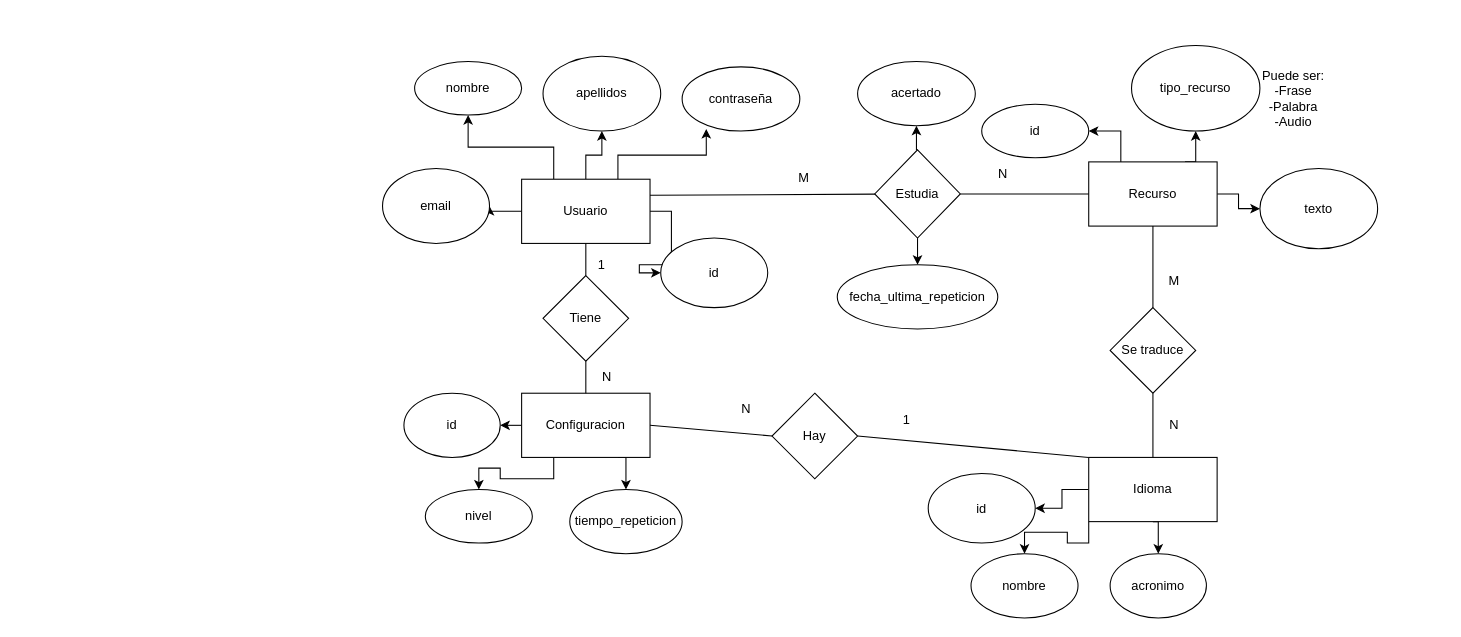
This is base de datos.drawio from josu1995/TFM, a draw.io file, before an edit. Source tidied: cells renumbered, new cells numbered last; positions are measured from the earlier drawing's top-left corner, leaving out a move shared by most shapes. Both pictures are drawn from the tidied source at 107%, with x=0, y=0 at pixel (382, 45).
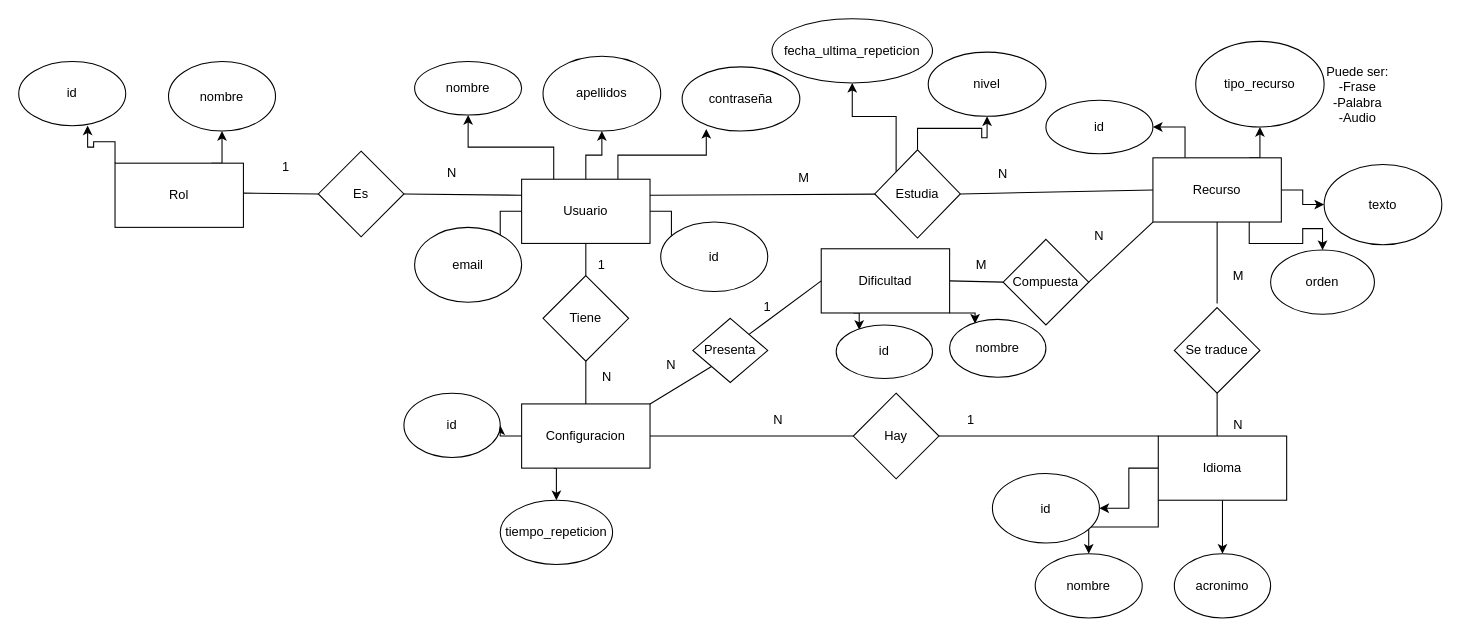
The same page after the edit.

The change refers to these unchanged cells:
```xml
<mxCell id="7" value="Usuario" style="rounded=0;whiteSpace=wrap;html=1;" parent="1" vertex="1">
  <mxGeometry x="130" y="125" width="120" height="60" as="geometry" />
</mxCell>
<mxCell id="21" value="Estudia" style="rhombus;whiteSpace=wrap;html=1;" parent="1" vertex="1">
  <mxGeometry x="460" y="97.5" width="80" height="82.5" as="geometry" />
</mxCell>
```

Change to the diagram source:
```diff
@@
     <mxCell id="10" value="email" style="ellipse;whiteSpace=wrap;html=1;" parent="1" vertex="1">
-      <mxGeometry y="115" width="100" height="70" as="geometry" />
+      <mxGeometry x="30" y="170" width="100" height="70" as="geometry" />
     </mxCell>
@@
-    <mxCell id="13" style="edgeStyle=orthogonalEdgeStyle;rounded=0;jettySize=auto;html=1;exitX=0.25;exitY=1;exitDx=0;exitDy=0;" parent="1" edge="1" source="15" target="28">
-      <mxGeometry relative="1" as="geometry" />
-    </mxCell>
-    <mxCell id="14" style="edgeStyle=orthogonalEdgeStyle;rounded=0;jettySize=auto;html=1;exitX=0.75;exitY=1;exitDx=0;exitDy=0;entryX=0.5;entryY=0;entryDx=0;entryDy=0;" parent="1" edge="1" source="15" target="46">
+    <mxCell id="14" style="edgeStyle=orthogonalEdgeStyle;rounded=0;jettySize=auto;html=1;exitX=0.25;exitY=1;exitDx=0;exitDy=0;entryX=0.5;entryY=0;entryDx=0;entryDy=0;" parent="1" edge="1" source="15" target="46">
       <mxGeometry relative="1" as="geometry" />
     </mxCell>
     <mxCell id="15" value="Configuracion" style="rounded=0;whiteSpace=wrap;html=1;" parent="1" vertex="1">
-      <mxGeometry x="130" y="325" width="120" height="60" as="geometry" />
+      <mxGeometry x="130" y="335" width="120" height="60" as="geometry" />
     </mxCell>
@@
+    <mxCell id="20" style="edgeStyle=orthogonalEdgeStyle;rounded=0;jettySize=auto;html=1;exitX=0.5;exitY=0;exitDx=0;exitDy=0;entryX=0.5;entryY=1;entryDx=0;entryDy=0;" parent="1" edge="1" source="21" target="50">
+      <mxGeometry relative="1" as="geometry" />
+    </mxCell>
-    <mxCell id="19" style="edgeStyle=orthogonalEdgeStyle;rounded=0;jettySize=auto;html=1;exitX=0.5;exitY=1;exitDx=0;exitDy=0;entryX=0.5;entryY=0;entryDx=0;entryDy=0;" parent="1" edge="1" source="21" target="45">
+    <mxCell id="19" style="edgeStyle=orthogonalEdgeStyle;rounded=0;jettySize=auto;html=1;exitX=0;exitY=0;exitDx=0;exitDy=0;entryX=0.5;entryY=1;entryDx=0;entryDy=0;" parent="1" edge="1" source="21" target="45">
       <mxGeometry relative="1" as="geometry" />
     </mxCell>
-    <mxCell id="20" style="edgeStyle=orthogonalEdgeStyle;rounded=0;jettySize=auto;html=1;exitX=0.5;exitY=0;exitDx=0;exitDy=0;entryX=0.5;entryY=1;entryDx=0;entryDy=0;" parent="1" edge="1" source="21" target="50">
-      <mxGeometry relative="1" as="geometry" />
-    </mxCell>
@@
+    <mxCell id="59" style="edgeStyle=orthogonalEdgeStyle;rounded=0;jettySize=auto;html=1;exitX=0.75;exitY=1;exitDx=0;exitDy=0;entryX=0.5;entryY=0;entryDx=0;entryDy=0;" parent="1" edge="1" source="25" target="60">
+      <mxGeometry relative="1" as="geometry" />
+    </mxCell>
     <mxCell id="25" value="Recurso" style="rounded=0;whiteSpace=wrap;html=1;" parent="1" vertex="1">
-      <mxGeometry x="660" y="108.8" width="120" height="60" as="geometry" />
+      <mxGeometry x="720" y="105" width="120" height="60" as="geometry" />
     </mxCell>
     <mxCell id="26" value="id" style="ellipse;whiteSpace=wrap;html=1;" parent="1" vertex="1">
-      <mxGeometry x="260" y="180" width="100" height="65" as="geometry" />
+      <mxGeometry x="260" y="165" width="100" height="65" as="geometry" />
     </mxCell>
@@
-    <mxCell id="28" value="nivel" style="ellipse;whiteSpace=wrap;html=1;" parent="1" vertex="1">
-      <mxGeometry x="40" y="415" width="100" height="50" as="geometry" />
-    </mxCell>
     <mxCell id="29" value="id" style="ellipse;whiteSpace=wrap;html=1;" parent="1" vertex="1">
-      <mxGeometry x="560" y="55" width="100" height="50" as="geometry" />
+      <mxGeometry x="620" y="51.2" width="100" height="50" as="geometry" />
     </mxCell>
     <mxCell id="30" value="tipo_recurso" style="ellipse;whiteSpace=wrap;html=1;" parent="1" vertex="1">
-      <mxGeometry x="700" width="120" height="80" as="geometry" />
+      <mxGeometry x="760" y="-3.8" width="120" height="80" as="geometry" />
     </mxCell>
     <mxCell id="31" value="texto" style="ellipse;whiteSpace=wrap;html=1;" parent="1" vertex="1">
-      <mxGeometry x="820" y="115" width="110" height="75" as="geometry" />
+      <mxGeometry x="880" y="111.2" width="110" height="75" as="geometry" />
     </mxCell>
     <mxCell id="32" value="Puede ser:&lt;br&gt;-Frase&lt;br&gt;-Palabra&lt;br&gt;-Audio" style="text;html=1;strokeColor=none;fillColor=none;align=center;verticalAlign=middle;whiteSpace=wrap;rounded=0;" parent="1" vertex="1">
-      <mxGeometry x="800" y="15" width="103" height="70" as="geometry" />
+      <mxGeometry x="860" y="11.2" width="103" height="70" as="geometry" />
     </mxCell>
@@
     <mxCell id="36" value="Idioma" style="rounded=0;whiteSpace=wrap;html=1;" parent="1" vertex="1">
-      <mxGeometry x="660" y="385" width="120" height="60" as="geometry" />
+      <mxGeometry x="725" y="365" width="120" height="60" as="geometry" />
     </mxCell>
     <mxCell id="37" value="Se traduce" style="rhombus;whiteSpace=wrap;html=1;" parent="1" vertex="1">
-      <mxGeometry x="680" y="245" width="80" height="80" as="geometry" />
+      <mxGeometry x="740" y="245" width="80" height="80" as="geometry" />
     </mxCell>
     <mxCell id="38" value="N" style="text;html=1;strokeColor=none;fillColor=none;align=center;verticalAlign=middle;whiteSpace=wrap;rounded=0;" parent="1" vertex="1">
-      <mxGeometry x="710" y="340" width="60" height="30" as="geometry" />
+      <mxGeometry x="770" y="340" width="60" height="30" as="geometry" />
     </mxCell>
     <mxCell id="39" value="M" style="text;html=1;strokeColor=none;fillColor=none;align=center;verticalAlign=middle;whiteSpace=wrap;rounded=0;" parent="1" vertex="1">
-      <mxGeometry x="710" y="205" width="60" height="30" as="geometry" />
+      <mxGeometry x="770" y="201.2" width="60" height="30" as="geometry" />
     </mxCell>
     <mxCell id="40" value="id" style="ellipse;whiteSpace=wrap;html=1;" parent="1" vertex="1">
-      <mxGeometry x="510" y="400" width="100" height="65" as="geometry" />
+      <mxGeometry x="570" y="400" width="100" height="65" as="geometry" />
     </mxCell>
     <mxCell id="41" value="nombre" style="ellipse;whiteSpace=wrap;html=1;" parent="1" vertex="1">
-      <mxGeometry x="550" y="475" width="100" height="60" as="geometry" />
+      <mxGeometry x="610" y="475" width="100" height="60" as="geometry" />
     </mxCell>
     <mxCell id="42" value="acronimo" style="ellipse;whiteSpace=wrap;html=1;" parent="1" vertex="1">
-      <mxGeometry x="680" y="475" width="90" height="60" as="geometry" />
+      <mxGeometry x="740" y="475" width="90" height="60" as="geometry" />
     </mxCell>
@@
     <mxCell id="45" value="fecha_ultima_repeticion" style="ellipse;whiteSpace=wrap;html=1;" parent="1" vertex="1">
-      <mxGeometry x="425" y="205" width="150" height="60" as="geometry" />
+      <mxGeometry x="364" y="-25" width="150" height="60" as="geometry" />
     </mxCell>
     <mxCell id="46" value="tiempo_repeticion" style="ellipse;whiteSpace=wrap;html=1;" parent="1" vertex="1">
-      <mxGeometry x="175" y="415" width="105" height="60" as="geometry" />
+      <mxGeometry x="110" y="425" width="105" height="60" as="geometry" />
     </mxCell>
     <mxCell id="47" value="Hay" style="rhombus;whiteSpace=wrap;html=1;" parent="1" vertex="1">
-      <mxGeometry x="364" y="325" width="80" height="80" as="geometry" />
+      <mxGeometry x="440" y="325" width="80" height="80" as="geometry" />
     </mxCell>
     <mxCell id="48" value="N" style="text;html=1;strokeColor=none;fillColor=none;align=center;verticalAlign=middle;whiteSpace=wrap;rounded=0;" parent="1" vertex="1">
-      <mxGeometry x="310" y="325" width="60" height="30" as="geometry" />
+      <mxGeometry x="340" y="335" width="60" height="30" as="geometry" />
     </mxCell>
     <mxCell id="49" value="1" style="text;html=1;strokeColor=none;fillColor=none;align=center;verticalAlign=middle;whiteSpace=wrap;rounded=0;" parent="1" vertex="1">
-      <mxGeometry x="460" y="335" width="60" height="30" as="geometry" />
+      <mxGeometry x="520" y="335" width="60" height="30" as="geometry" />
     </mxCell>
-    <mxCell id="50" value="acertado" style="ellipse;whiteSpace=wrap;html=1;" parent="1" vertex="1">
-      <mxGeometry x="444" y="15" width="110" height="60" as="geometry" />
+    <mxCell id="50" value="nivel" style="ellipse;whiteSpace=wrap;html=1;" parent="1" vertex="1">
+      <mxGeometry x="510" y="6.2" width="110" height="60" as="geometry" />
     </mxCell>
-    <mxCell id="51" style="endArrow=none;html=1;rounded=0;entryX=0.5;entryY=1;entryDx=0;entryDy=0;" parent="1" edge="1" source="37" target="25">
-      <mxGeometry relative="1" as="geometry" />
+    <mxCell id="51" style="endArrow=none;html=1;rounded=0;entryX=0.5;entryY=1;entryDx=0;entryDy=0;" parent="1" edge="1" target="25">
+      <mxGeometry relative="1" as="geometry">
+        <mxPoint x="780" y="241.2" as="sourcePoint" />
+      </mxGeometry>
     </mxCell>
     <mxCell id="52" style="endArrow=none;html=1;rounded=0;" parent="1" edge="1">
       <mxGeometry relative="1" as="geometry">
-        <mxPoint x="720" y="385" as="sourcePoint" />
-        <mxPoint x="720" y="325" as="targetPoint" />
+        <mxPoint x="780" y="365" as="sourcePoint" />
+        <mxPoint x="780" y="325" as="targetPoint" />
       </mxGeometry>
     </mxCell>
@@
+    <mxCell id="60" value="orden" style="ellipse;whiteSpace=wrap;html=1;" parent="1" vertex="1">
+      <mxGeometry x="830" y="191.2" width="97" height="60" as="geometry" />
+    </mxCell>
+    <mxCell id="61" style="edgeStyle=orthogonalEdgeStyle;rounded=0;jettySize=auto;html=1;exitX=0;exitY=0;exitDx=0;exitDy=0;entryX=0.644;entryY=0.997;entryDx=0;entryDy=0;entryPerimeter=0;" parent="1" edge="1" source="63" target="69">
+      <mxGeometry relative="1" as="geometry" />
+    </mxCell>
+    <mxCell id="62" style="edgeStyle=orthogonalEdgeStyle;rounded=0;jettySize=auto;html=1;exitX=0.75;exitY=0;exitDx=0;exitDy=0;entryX=0.5;entryY=1;entryDx=0;entryDy=0;" parent="1" edge="1" source="63" target="70">
+      <mxGeometry relative="1" as="geometry" />
+    </mxCell>
+    <mxCell id="63" value="Rol" style="rounded=0;whiteSpace=wrap;html=1;" parent="1" vertex="1">
+      <mxGeometry x="-250" y="110" width="120" height="60" as="geometry" />
+    </mxCell>
+    <mxCell id="64" value="Es" style="rhombus;whiteSpace=wrap;html=1;" parent="1" vertex="1">
+      <mxGeometry x="-60" y="98.8" width="80" height="80" as="geometry" />
+    </mxCell>
+    <mxCell id="65" style="endArrow=none;html=1;rounded=0;entryX=1;entryY=0.5;entryDx=0;entryDy=0;exitX=0;exitY=0.25;exitDx=0;exitDy=0;" parent="1" edge="1" source="7" target="64">
+      <mxGeometry relative="1" as="geometry" />
+    </mxCell>
+    <mxCell id="66" style="endArrow=none;html=1;rounded=0;exitX=0;exitY=0.5;exitDx=0;exitDy=0;" parent="1" edge="1" source="64">
+      <mxGeometry relative="1" as="geometry">
+        <mxPoint x="-130" y="138" as="targetPoint" />
+      </mxGeometry>
+    </mxCell>
+    <mxCell id="67" value="1" style="text;html=1;strokeColor=none;fillColor=none;align=center;verticalAlign=middle;whiteSpace=wrap;rounded=0;" parent="1" vertex="1">
+      <mxGeometry x="-120" y="99" width="60" height="30" as="geometry" />
+    </mxCell>
+    <mxCell id="68" value="N" style="text;html=1;strokeColor=none;fillColor=none;align=center;verticalAlign=middle;whiteSpace=wrap;rounded=0;" parent="1" vertex="1">
+      <mxGeometry x="35" y="104" width="60" height="30" as="geometry" />
+    </mxCell>
+    <mxCell id="69" value="id" style="ellipse;whiteSpace=wrap;html=1;" parent="1" vertex="1">
+      <mxGeometry x="-340" y="15" width="100" height="60" as="geometry" />
+    </mxCell>
+    <mxCell id="70" value="nombre" style="ellipse;whiteSpace=wrap;html=1;" parent="1" vertex="1">
+      <mxGeometry x="-200" y="15" width="100" height="65" as="geometry" />
+    </mxCell>
+    <mxCell id="71" value="Compuesta" style="rhombus;whiteSpace=wrap;html=1;" parent="1" vertex="1">
+      <mxGeometry x="580" y="181.2" width="80" height="80" as="geometry" />
+    </mxCell>
+    <mxCell id="72" style="endArrow=none;html=1;rounded=0;entryX=0;entryY=0.5;entryDx=0;entryDy=0;exitX=1;exitY=0.5;exitDx=0;exitDy=0;" parent="1" edge="1" source="78" target="71">
+      <mxGeometry relative="1" as="geometry" />
+    </mxCell>
+    <mxCell id="73" style="endArrow=none;html=1;rounded=0;entryX=0;entryY=1;entryDx=0;entryDy=0;exitX=1;exitY=0.5;exitDx=0;exitDy=0;" parent="1" edge="1" source="71" target="25">
+      <mxGeometry relative="1" as="geometry" />
+    </mxCell>
+    <mxCell id="74" value="N" style="text;html=1;strokeColor=none;fillColor=none;align=center;verticalAlign=middle;whiteSpace=wrap;rounded=0;" parent="1" vertex="1">
+      <mxGeometry x="640" y="155" width="60" height="46.2" as="geometry" />
+    </mxCell>
+    <mxCell id="75" value="M" style="text;html=1;strokeColor=none;fillColor=none;align=center;verticalAlign=middle;whiteSpace=wrap;rounded=0;" parent="1" vertex="1">
+      <mxGeometry x="530" y="190" width="60" height="30" as="geometry" />
+    </mxCell>
+    <mxCell id="76" style="edgeStyle=orthogonalEdgeStyle;rounded=0;jettySize=auto;html=1;exitX=0.25;exitY=1;exitDx=0;exitDy=0;entryX=0.239;entryY=0.091;entryDx=0;entryDy=0;entryPerimeter=0;" parent="1" edge="1" source="78" target="79">
+      <mxGeometry relative="1" as="geometry" />
+    </mxCell>
+    <mxCell id="77" style="edgeStyle=orthogonalEdgeStyle;rounded=0;jettySize=auto;html=1;exitX=1;exitY=1;exitDx=0;exitDy=0;entryX=0.264;entryY=0.073;entryDx=0;entryDy=0;entryPerimeter=0;" parent="1" edge="1" source="78" target="80">
+      <mxGeometry relative="1" as="geometry" />
+    </mxCell>
+    <mxCell id="78" value="Dificultad" style="rounded=0;whiteSpace=wrap;html=1;" parent="1" vertex="1">
+      <mxGeometry x="410" y="190" width="120" height="60" as="geometry" />
+    </mxCell>
+    <mxCell id="79" value="id" style="ellipse;whiteSpace=wrap;html=1;" parent="1" vertex="1">
+      <mxGeometry x="424" y="261.2" width="90" height="50" as="geometry" />
+    </mxCell>
+    <mxCell id="80" value="nombre" style="ellipse;whiteSpace=wrap;html=1;" parent="1" vertex="1">
+      <mxGeometry x="530" y="256" width="90" height="54" as="geometry" />
+    </mxCell>
+    <mxCell id="81" value="Presenta" style="rhombus;whiteSpace=wrap;html=1;" parent="1" vertex="1">
+      <mxGeometry x="290" y="255" width="70" height="60" as="geometry" />
+    </mxCell>
+    <mxCell id="82" style="endArrow=none;html=1;rounded=0;entryX=1;entryY=0;entryDx=0;entryDy=0;exitX=0;exitY=1;exitDx=0;exitDy=0;" parent="1" edge="1" source="81" target="15">
+      <mxGeometry relative="1" as="geometry" />
+    </mxCell>
+    <mxCell id="83" value="N" style="text;html=1;strokeColor=none;fillColor=none;align=center;verticalAlign=middle;whiteSpace=wrap;rounded=0;" parent="1" vertex="1">
+      <mxGeometry x="240" y="284" width="60" height="30" as="geometry" />
+    </mxCell>
+    <mxCell id="84" style="endArrow=none;html=1;rounded=0;entryX=0;entryY=0.5;entryDx=0;entryDy=0;exitX=1;exitY=0;exitDx=0;exitDy=0;" parent="1" edge="1" source="81" target="78">
+      <mxGeometry relative="1" as="geometry" />
+    </mxCell>
+    <mxCell id="85" value="1" style="text;html=1;strokeColor=none;fillColor=none;align=center;verticalAlign=middle;whiteSpace=wrap;rounded=0;" parent="1" vertex="1">
+      <mxGeometry x="330" y="230" width="60" height="30" as="geometry" />
+    </mxCell>
```
